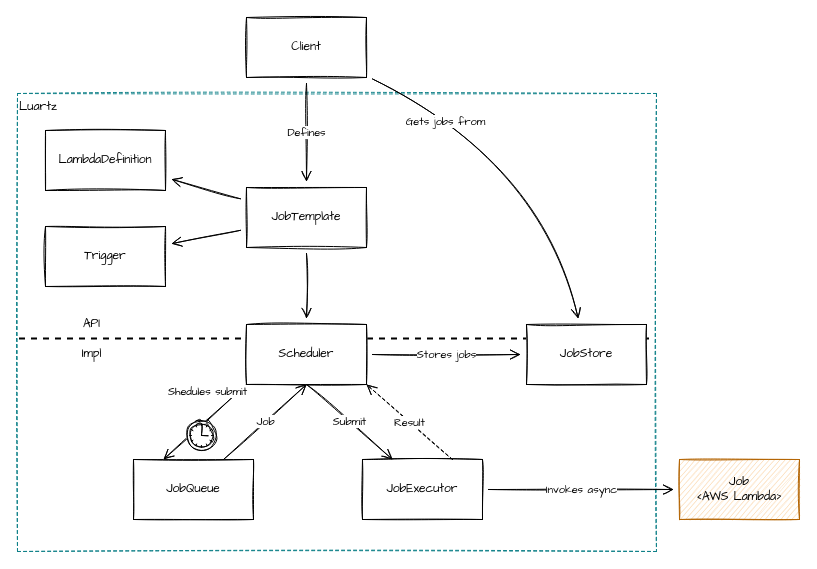
zatsepinvl/lambda-job-scheduler keeps this draw.io diagram as page "LogicalArch" (1 of 3) of lambda-job-scheduler.drawio. Above is the earlier version. Source tidied: cells renumbered, new cells numbered last; positions are measured from the earlier drawing's top-left corner, leaving out a move shared by most shapes. Both pictures are drawn from the tidied source at 100%, with x=0, y=0 at pixel (17, 17).
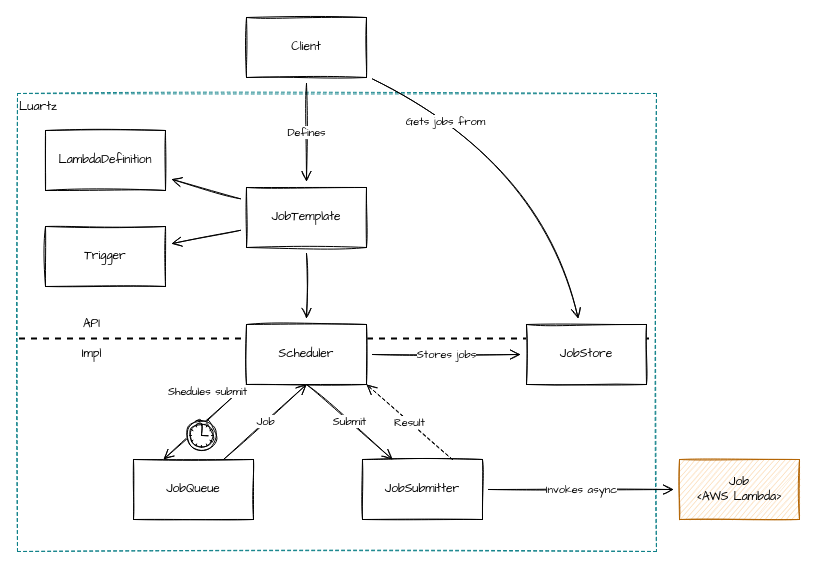
The same page after the edit.

What changed in the source:
```diff
@@
-    <mxCell id="7" value="JobExecutor" style="rounded=0;whiteSpace=wrap;html=1;sketch=1;fontFamily=Comic Sans MS;" parent="1" vertex="1">
+    <mxCell id="7" value="JobSubmitter" style="rounded=0;whiteSpace=wrap;html=1;sketch=1;fontFamily=Comic Sans MS;" parent="1" vertex="1">
       <mxGeometry x="345" y="442" width="120" height="60" as="geometry" />
     </mxCell>
```
